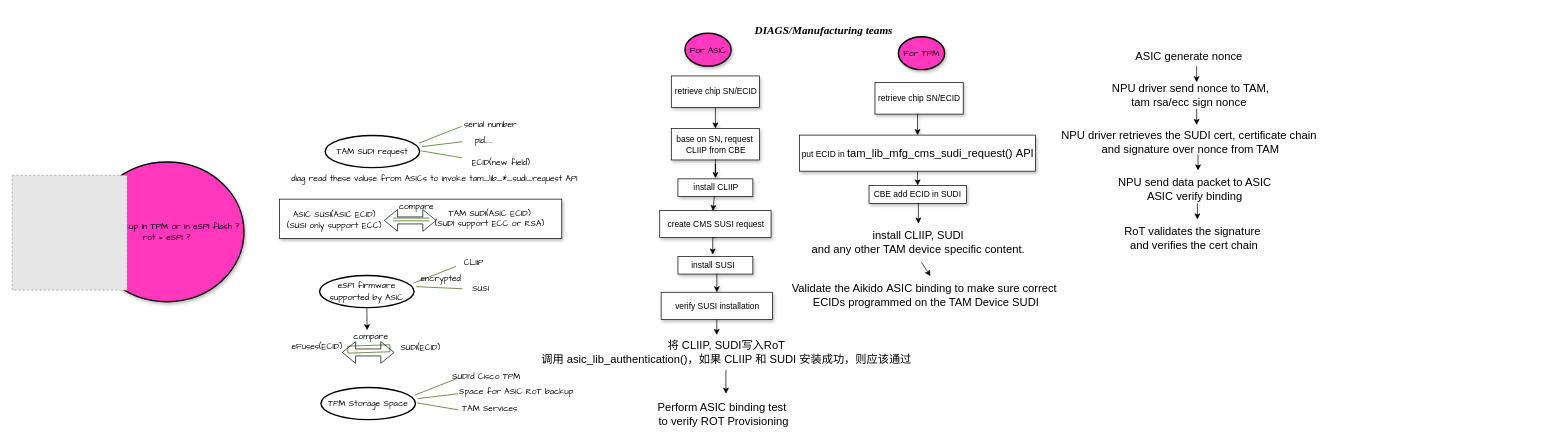
kongzhongfeima/draw_io keeps this draw.io diagram as TPM.drawio. Above is the earlier version. Source tidied: cells renumbered, new cells numbered last; positions are measured from the earlier drawing's top-left corner, leaving out a move shared by most shapes. Both pictures are drawn from the tidied source at 70%, with x=0, y=0 at pixel (12, 18). Pictures stored in the file or linked from it are replaced by grey dashed boxes.
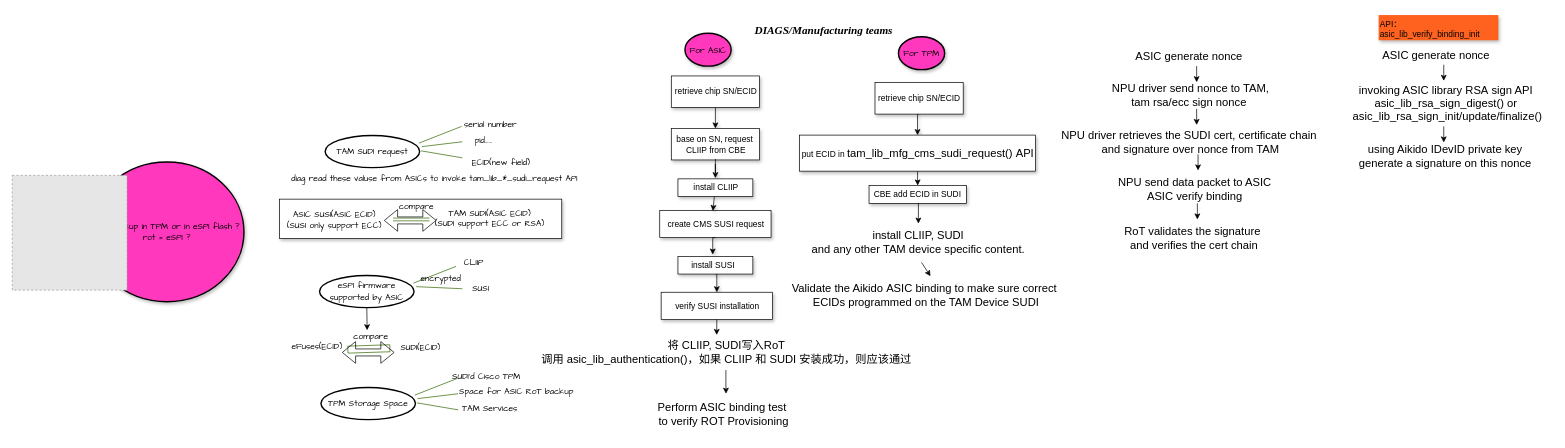
Above is the later version.

Diff of the diagram source:
```diff
@@
+    <mxCell id="80" value="&lt;div&gt;&lt;span style=&quot;font-size: 16px;&quot;&gt;ASIC generate nonce&amp;nbsp;&lt;/span&gt;&lt;/div&gt;" style="text;html=1;align=center;verticalAlign=middle;strokeColor=none;fillColor=none;shadow=1;" parent="1" vertex="1">
+      <mxGeometry x="1948" y="36" width="175" height="31" as="geometry" />
+    </mxCell>
+    <mxCell id="81" value="&lt;span style=&quot;font-size:12.0pt;font-family:&lt;br/&gt;&amp;quot;Times New Roman&amp;quot;,serif;mso-fareast-font-family:SimSun;mso-ansi-language:EN-US;&lt;br/&gt;mso-fareast-language:ZH-TW;mso-bidi-language:AR-SA&quot; lang=&quot;EN-US&quot;&gt;using Aikido IDevID private key&amp;nbsp;&lt;/span&gt;&lt;div&gt;&lt;span style=&quot;font-size:12.0pt;font-family:&lt;br/&gt;&amp;quot;Times New Roman&amp;quot;,serif;mso-fareast-font-family:SimSun;mso-ansi-language:EN-US;&lt;br/&gt;mso-fareast-language:ZH-TW;mso-bidi-language:AR-SA&quot; lang=&quot;EN-US&quot;&gt;&lt;span style=&quot;font-size:12.0pt;font-family:&lt;br/&gt;&amp;quot;Times New Roman&amp;quot;,serif;mso-fareast-font-family:SimSun;mso-ansi-language:EN-US;&lt;br/&gt;mso-fareast-language:ZH-TW;mso-bidi-language:AR-SA&quot; lang=&quot;EN-US&quot;&gt;generate a signature on&amp;nbsp;this nonce&amp;nbsp;&lt;/span&gt;&lt;br&gt;&lt;/span&gt;&lt;/div&gt;" style="text;html=1;align=center;verticalAlign=middle;strokeColor=none;fillColor=none;shadow=1;" parent="1" vertex="1">
+      <mxGeometry x="1914" y="172" width="269" height="50" as="geometry" />
+    </mxCell>
+    <mxCell id="82" value="&lt;span style=&quot;font-size:12.0pt;font-family:&lt;br/&gt;&amp;quot;Times New Roman&amp;quot;,serif;mso-fareast-font-family:SimSun;mso-ansi-language:EN-US;&lt;br/&gt;mso-fareast-language:ZH-TW;mso-bidi-language:AR-SA&quot; lang=&quot;EN-US&quot;&gt;invoking ASIC library RSA&amp;nbsp;sign API&amp;nbsp;&lt;/span&gt;&lt;div&gt;&lt;span style=&quot;font-size:12.0pt;font-family:&lt;br/&gt;&amp;quot;Times New Roman&amp;quot;,serif;mso-fareast-font-family:SimSun;mso-ansi-language:EN-US;&lt;br/&gt;mso-fareast-language:ZH-TW;mso-bidi-language:AR-SA&quot; lang=&quot;EN-US&quot;&gt;&lt;span style=&quot;font-size:12.0pt;font-family:&lt;br/&gt;&amp;quot;Times New Roman&amp;quot;,serif;mso-fareast-font-family:SimSun;mso-ansi-language:EN-US;&lt;br/&gt;mso-fareast-language:ZH-TW;mso-bidi-language:AR-SA&quot; lang=&quot;EN-US&quot;&gt;asic_lib_rsa_sign_digest()&amp;nbsp;or&amp;nbsp;&lt;/span&gt;&lt;/span&gt;&lt;/div&gt;&lt;div&gt;&lt;span style=&quot;font-size:12.0pt;font-family:&lt;br/&gt;&amp;quot;Times New Roman&amp;quot;,serif;mso-fareast-font-family:SimSun;mso-ansi-language:EN-US;&lt;br/&gt;mso-fareast-language:ZH-TW;mso-bidi-language:AR-SA&quot; lang=&quot;EN-US&quot;&gt;&lt;span style=&quot;font-size:12.0pt;font-family:&lt;br/&gt;&amp;quot;Times New Roman&amp;quot;,serif;mso-fareast-font-family:SimSun;mso-ansi-language:EN-US;&lt;br/&gt;mso-fareast-language:ZH-TW;mso-bidi-language:AR-SA&quot; lang=&quot;EN-US&quot;&gt;asic_lib_rsa_sign_init/update/finalize()&lt;/span&gt;&lt;br&gt;&lt;/span&gt;&lt;/div&gt;" style="text;html=1;align=center;verticalAlign=middle;strokeColor=none;fillColor=none;shadow=1;" parent="1" vertex="1">
+      <mxGeometry x="1906" y="85.5" width="288" height="70" as="geometry" />
+    </mxCell>
+    <mxCell id="83" value="API：&#10;asic_lib_verify_binding_init" style="text;whiteSpace=wrap;shadow=1;fillColor=#FF621F;" parent="1" vertex="1">
+      <mxGeometry x="1952" y="-5" width="171" height="36" as="geometry" />
+    </mxCell>
+    <mxCell id="84" style="endArrow=classic;html=1;rounded=0;" parent="1" edge="1">
+      <mxGeometry relative="1" as="geometry">
+        <mxPoint x="2045" y="154" as="sourcePoint" />
+        <mxPoint x="2045" y="177" as="targetPoint" />
+      </mxGeometry>
+    </mxCell>
+    <mxCell id="85" style="endArrow=classic;html=1;rounded=0;" parent="1" edge="1">
+      <mxGeometry relative="1" as="geometry">
+        <mxPoint x="2045" y="66" as="sourcePoint" />
+        <mxPoint x="2045" y="89" as="targetPoint" />
+      </mxGeometry>
+    </mxCell>
```
